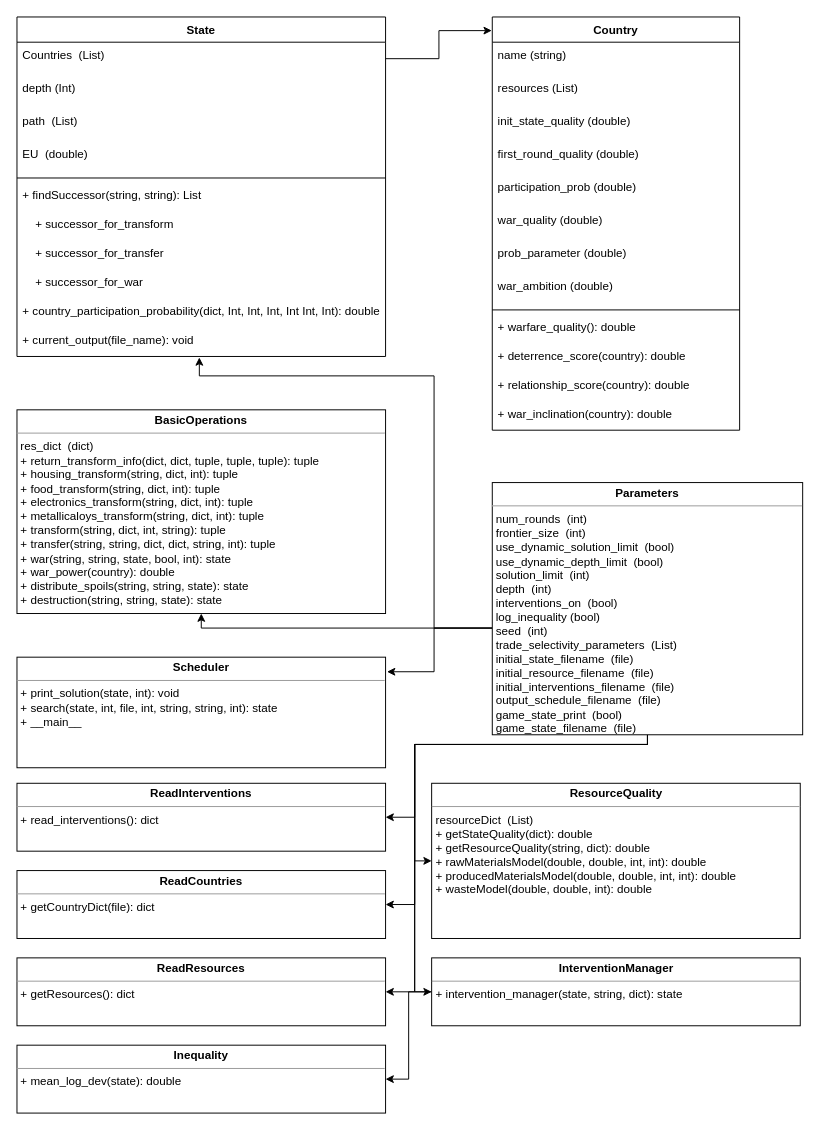
Before: diagram.drawio in nitadavid2/CS4269_Group4_Project, a draw.io diagram. Source tidied: cells renumbered, new cells numbered last; positions are measured from the earlier drawing's top-left corner, leaving out a move shared by most shapes. Both pictures are drawn from the tidied source at 97%, with x=0, y=0 at pixel (16, 16).
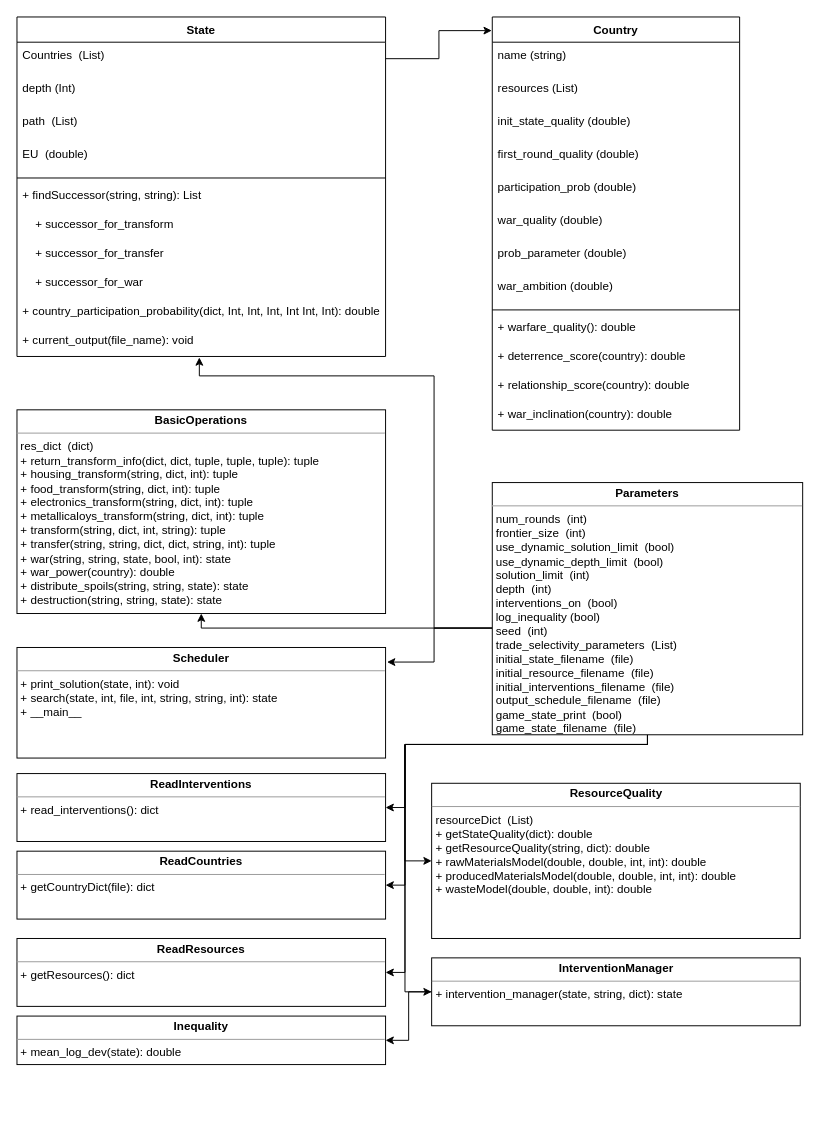
After the change.

Commit message (it also covers changes not shown here):
Modify Diagrams to fit on one page. Add .PNG file of diagram.

-DN

The change refers to these unchanged cells:
```xml
<mxCell id="33" value="&lt;p style=&quot;margin: 0px ; margin-top: 4px ; text-align: center&quot;&gt;&lt;b&gt;ResourceQuality&lt;/b&gt;&lt;br&gt;&lt;/p&gt;&lt;hr size=&quot;1&quot;&gt;&lt;p style=&quot;margin: 0px ; margin-left: 4px&quot;&gt;&lt;span&gt;resourceDict&amp;nbsp; (List)&lt;/span&gt;&lt;/p&gt;&lt;p style=&quot;margin: 0px ; margin-left: 4px&quot;&gt;&lt;span&gt;+ getStateQuality(dict): double&lt;/span&gt;&lt;/p&gt;&lt;p style=&quot;margin: 0px ; margin-left: 4px&quot;&gt;&lt;span&gt;+ getResourceQuality(string, dict): double&lt;/span&gt;&lt;/p&gt;&lt;p style=&quot;margin: 0px ; margin-left: 4px&quot;&gt;&lt;span&gt;+ rawMaterialsModel(double, double, int, int): double&lt;/span&gt;&lt;/p&gt;&lt;p style=&quot;margin: 0px ; margin-left: 4px&quot;&gt;&lt;span&gt;+ producedMaterialsModel(double, double, int, int): double&lt;/span&gt;&lt;/p&gt;&lt;p style=&quot;margin: 0px ; margin-left: 4px&quot;&gt;&lt;span&gt;+ wasteModel(double, double, int): double&lt;/span&gt;&lt;/p&gt;" style="verticalAlign=top;align=left;overflow=fill;fontSize=12;fontFamily=Helvetica;html=1;" parent="1" vertex="1">
  <mxGeometry x="427.5" y="790" width="380" height="160" as="geometry" />
</mxCell>
<mxCell id="35" value="&lt;p style=&quot;margin: 0px ; margin-top: 4px ; text-align: center&quot;&gt;&lt;b&gt;InterventionManager&lt;/b&gt;&lt;br&gt;&lt;/p&gt;&lt;hr size=&quot;1&quot;&gt;&lt;p style=&quot;margin: 0px ; margin-left: 4px&quot;&gt;&lt;span&gt;+ intervention_manager(state, string, dict): state&lt;/span&gt;&lt;/p&gt;" style="verticalAlign=top;align=left;overflow=fill;fontSize=12;fontFamily=Helvetica;html=1;" parent="1" vertex="1">
  <mxGeometry x="427.5" y="970" width="380" height="70" as="geometry" />
</mxCell>
<mxCell id="45" value="&lt;p style=&quot;margin: 0px ; margin-top: 4px ; text-align: center&quot;&gt;&lt;b&gt;Parameters&lt;/b&gt;&lt;/p&gt;&lt;hr size=&quot;1&quot;&gt;&lt;p style=&quot;margin: 0px ; margin-left: 4px&quot;&gt;num_rounds&amp;nbsp; (int)&lt;/p&gt;&lt;p style=&quot;margin: 0px ; margin-left: 4px&quot;&gt;frontier_size&amp;nbsp; (int)&lt;/p&gt;&lt;p style=&quot;margin: 0px ; margin-left: 4px&quot;&gt;use_dynamic_solution_limit&amp;nbsp; (bool)&lt;/p&gt;&lt;p style=&quot;margin: 0px ; margin-left: 4px&quot;&gt;use_dynamic_depth_limit&amp;nbsp; (bool)&lt;/p&gt;&lt;p style=&quot;margin: 0px ; margin-left: 4px&quot;&gt;solution_limit&amp;nbsp; (int)&lt;/p&gt;&lt;p style=&quot;margin: 0px ; margin-left: 4px&quot;&gt;depth&amp;nbsp; (int)&lt;/p&gt;&lt;p style=&quot;margin: 0px ; margin-left: 4px&quot;&gt;interventions_on&amp;nbsp; (bool)&lt;/p&gt;&lt;p style=&quot;margin: 0px ; margin-left: 4px&quot;&gt;log_inequality (bool)&lt;/p&gt;&lt;p style=&quot;margin: 0px ; margin-left: 4px&quot;&gt;seed&amp;nbsp; (int)&lt;/p&gt;&lt;p style=&quot;margin: 0px ; margin-left: 4px&quot;&gt;trade_selectivity_parameters&amp;nbsp; (List)&lt;/p&gt;&lt;p style=&quot;margin: 0px ; margin-left: 4px&quot;&gt;initial_state_filename&amp;nbsp; (file)&lt;/p&gt;&lt;p style=&quot;margin: 0px ; margin-left: 4px&quot;&gt;initial_resource_filename&amp;nbsp; (file)&lt;/p&gt;&lt;p style=&quot;margin: 0px ; margin-left: 4px&quot;&gt;initial_interventions_filename&amp;nbsp; (file)&lt;/p&gt;&lt;p style=&quot;margin: 0px ; margin-left: 4px&quot;&gt;output_schedule_filename&amp;nbsp; (file)&lt;/p&gt;&lt;p style=&quot;margin: 0px ; margin-left: 4px&quot;&gt;game_state_print&amp;nbsp; (bool)&lt;/p&gt;&lt;p style=&quot;margin: 0px ; margin-left: 4px&quot;&gt;game_state_filename&amp;nbsp; (file)&lt;/p&gt;" style="verticalAlign=top;align=left;overflow=fill;fontSize=12;fontFamily=Helvetica;html=1;" parent="1" vertex="1">
  <mxGeometry x="490" y="480" width="320" height="260" as="geometry" />
</mxCell>
```

Change to the diagram source:
```diff
@@
     <mxCell id="29" value="&lt;p style=&quot;margin: 0px ; margin-top: 4px ; text-align: center&quot;&gt;&lt;b&gt;Scheduler&lt;/b&gt;&lt;/p&gt;&lt;hr size=&quot;1&quot;&gt;&lt;p style=&quot;margin: 0px ; margin-left: 4px&quot;&gt;&lt;span&gt;+ print_solution(state, int): void&lt;/span&gt;&lt;br&gt;&lt;/p&gt;&lt;p style=&quot;margin: 0px ; margin-left: 4px&quot;&gt;+ search(state, int, file, int, string, string, int): state&lt;/p&gt;&lt;p style=&quot;margin: 0px ; margin-left: 4px&quot;&gt;+ __main__&lt;/p&gt;" style="verticalAlign=top;align=left;overflow=fill;fontSize=12;fontFamily=Helvetica;html=1;" parent="1" vertex="1">
-      <mxGeometry y="660" width="380" height="114" as="geometry" />
+      <mxGeometry y="650" width="380" height="114" as="geometry" />
     </mxCell>
     <mxCell id="30" value="&lt;p style=&quot;margin: 0px ; margin-top: 4px ; text-align: center&quot;&gt;&lt;b&gt;ReadInterventions&lt;/b&gt;&lt;/p&gt;&lt;hr size=&quot;1&quot;&gt;&lt;p style=&quot;margin: 0px ; margin-left: 4px&quot;&gt;&lt;span&gt;+ read_interventions(): dict&lt;/span&gt;&lt;/p&gt;" style="verticalAlign=top;align=left;overflow=fill;fontSize=12;fontFamily=Helvetica;html=1;" parent="1" vertex="1">
-      <mxGeometry y="790" width="380" height="70" as="geometry" />
+      <mxGeometry y="780" width="380" height="70" as="geometry" />
     </mxCell>
     <mxCell id="31" value="&lt;p style=&quot;margin: 0px ; margin-top: 4px ; text-align: center&quot;&gt;&lt;b&gt;ReadCountries&lt;/b&gt;&lt;/p&gt;&lt;hr size=&quot;1&quot;&gt;&lt;p style=&quot;margin: 0px ; margin-left: 4px&quot;&gt;&lt;span&gt;+ getCountryDict(file): dict&lt;/span&gt;&lt;/p&gt;" style="verticalAlign=top;align=left;overflow=fill;fontSize=12;fontFamily=Helvetica;html=1;" parent="1" vertex="1">
-      <mxGeometry y="880" width="380" height="70" as="geometry" />
+      <mxGeometry y="860" width="380" height="70" as="geometry" />
     </mxCell>
     <mxCell id="32" value="&lt;p style=&quot;margin: 0px ; margin-top: 4px ; text-align: center&quot;&gt;&lt;b&gt;ReadResources&lt;/b&gt;&lt;br&gt;&lt;/p&gt;&lt;hr size=&quot;1&quot;&gt;&lt;p style=&quot;margin: 0px ; margin-left: 4px&quot;&gt;&lt;span&gt;+ getResources(): dict&lt;/span&gt;&lt;/p&gt;" style="verticalAlign=top;align=left;overflow=fill;fontSize=12;fontFamily=Helvetica;html=1;" parent="1" vertex="1">
-      <mxGeometry y="970" width="380" height="70" as="geometry" />
+      <mxGeometry y="950" width="380" height="70" as="geometry" />
     </mxCell>
@@
-    <mxCell id="37" style="edgeStyle=orthogonalEdgeStyle;rounded=0;jettySize=auto;html=1;" parent="1" edge="1" source="45">
-      <mxGeometry relative="1" as="geometry">
-        <mxPoint x="188" y="351" as="targetPoint" />
-        <Array as="points">
-          <mxPoint x="430" y="630" />
-          <mxPoint x="430" y="370" />
-          <mxPoint x="188" y="370" />
-        </Array>
-      </mxGeometry>
-    </mxCell>
+    <mxCell id="47" style="edgeStyle=orthogonalEdgeStyle;rounded=0;jettySize=auto;html=1;" parent="1" edge="1" source="45">
+      <mxGeometry relative="1" as="geometry">
+        <mxPoint x="188" y="351" as="targetPoint" />
+        <Array as="points">
+          <mxPoint x="430" y="630" />
+          <mxPoint x="430" y="370" />
+          <mxPoint x="188" y="370" />
+        </Array>
+      </mxGeometry>
+    </mxCell>
@@
     <mxCell id="39" style="edgeStyle=orthogonalEdgeStyle;rounded=0;jettySize=auto;html=1;entryX=1.004;entryY=0.132;entryDx=0;entryDy=0;entryPerimeter=0;" parent="1" edge="1" source="45" target="29">
       <mxGeometry relative="1" as="geometry">
         <Array as="points">
           <mxPoint x="430" y="630" />
-          <mxPoint x="430" y="675" />
+          <mxPoint x="430" y="665" />
         </Array>
       </mxGeometry>
     </mxCell>
     <mxCell id="40" style="edgeStyle=orthogonalEdgeStyle;rounded=0;jettySize=auto;html=1;entryX=1;entryY=0.5;entryDx=0;entryDy=0;" parent="1" edge="1" source="45" target="30">
       <mxGeometry relative="1" as="geometry">
         <Array as="points">
           <mxPoint x="650" y="750" />
-          <mxPoint x="410" y="750" />
-          <mxPoint x="410" y="825" />
+          <mxPoint x="400" y="750" />
+          <mxPoint x="400" y="815" />
         </Array>
       </mxGeometry>
     </mxCell>
     <mxCell id="41" style="edgeStyle=orthogonalEdgeStyle;rounded=0;jettySize=auto;html=1;entryX=1;entryY=0.5;entryDx=0;entryDy=0;" parent="1" edge="1" source="45" target="31">
       <mxGeometry relative="1" as="geometry">
         <Array as="points">
           <mxPoint x="650" y="750" />
-          <mxPoint x="410" y="750" />
-          <mxPoint x="410" y="915" />
+          <mxPoint x="400" y="750" />
+          <mxPoint x="400" y="895" />
         </Array>
       </mxGeometry>
     </mxCell>
     <mxCell id="42" style="edgeStyle=orthogonalEdgeStyle;rounded=0;jettySize=auto;html=1;entryX=1;entryY=0.5;entryDx=0;entryDy=0;" parent="1" edge="1" source="45" target="32">
       <mxGeometry relative="1" as="geometry">
         <Array as="points">
           <mxPoint x="650" y="750" />
-          <mxPoint x="410" y="750" />
-          <mxPoint x="410" y="1005" />
+          <mxPoint x="400" y="750" />
+          <mxPoint x="400" y="985" />
         </Array>
       </mxGeometry>
     </mxCell>
     <mxCell id="43" style="edgeStyle=orthogonalEdgeStyle;rounded=0;jettySize=auto;html=1;entryX=0;entryY=0.5;entryDx=0;entryDy=0;" parent="1" edge="1" source="45" target="33">
       <mxGeometry relative="1" as="geometry">
         <Array as="points">
           <mxPoint x="650" y="750" />
-          <mxPoint x="410" y="750" />
-          <mxPoint x="410" y="870" />
+          <mxPoint x="400" y="750" />
+          <mxPoint x="400" y="870" />
         </Array>
       </mxGeometry>
     </mxCell>
     <mxCell id="44" style="edgeStyle=orthogonalEdgeStyle;rounded=0;jettySize=auto;html=1;entryX=0;entryY=0.5;entryDx=0;entryDy=0;" parent="1" edge="1" source="45" target="35">
       <mxGeometry relative="1" as="geometry">
         <Array as="points">
           <mxPoint x="650" y="750" />
-          <mxPoint x="410" y="750" />
-          <mxPoint x="410" y="1005" />
+          <mxPoint x="400" y="750" />
+          <mxPoint x="400" y="1005" />
         </Array>
       </mxGeometry>
     </mxCell>
@@
     <mxCell id="46" value="&lt;p style=&quot;margin: 0px ; margin-top: 4px ; text-align: center&quot;&gt;&lt;b&gt;Inequality&lt;/b&gt;&lt;br&gt;&lt;/p&gt;&lt;hr size=&quot;1&quot;&gt;&lt;p style=&quot;margin: 0px ; margin-left: 4px&quot;&gt;&lt;span&gt;+ mean_log_dev(state): double&lt;/span&gt;&lt;/p&gt;" style="verticalAlign=top;align=left;overflow=fill;fontSize=12;fontFamily=Helvetica;html=1;" parent="1" vertex="1">
-      <mxGeometry y="1060" width="380" height="70" as="geometry" />
+      <mxGeometry y="1030" width="380" height="50" as="geometry" />
     </mxCell>
```
